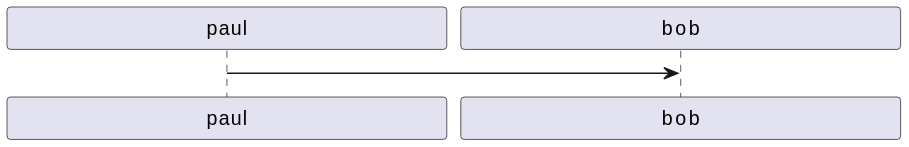
Earlier version of the PlantUML export images/diagrams/architecture/test2.svg (rafaelbrandaof/plantuml).
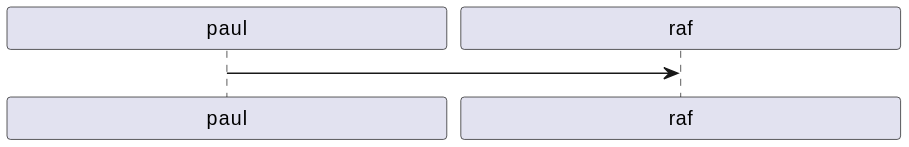
The same diagram one commit later.

Commit message:
Commit from GitHub Actions (create PlantUML JAR)

Change to the diagram source:
```diff
@@ -1,4 +1,4 @@
 @startuml
 skinparam minClassWidth 300
-paul->bob
+paul->raf
 @enduml
```
